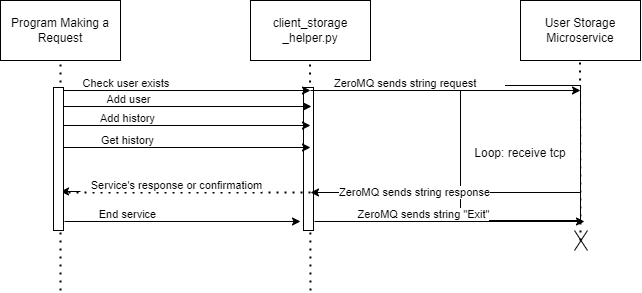
Above: storage_UML.png in blazakin/indexed_user_storage (draw.io), before the change. Source tidied: cells renumbered, new cells last; positions are measured from the earlier drawing's top-left corner, leaving out a move shared by most shapes.
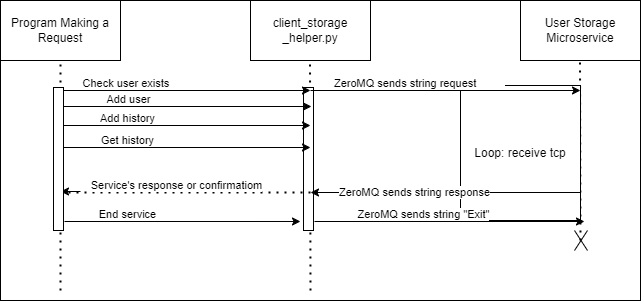
Above is the later version.

Commit message:
Fixed white background

Change to the diagram source:
```diff
@@ -2,6 +2,9 @@
   <root>
     <mxCell id="0" />
     <mxCell id="1" parent="0" />
+    <mxCell id="31" style="rounded=0;whiteSpace=wrap;html=1;" parent="1" vertex="1">
+      <mxGeometry width="640" height="300" as="geometry" />
+    </mxCell>
     <mxCell id="2" style="endArrow=none;dashed=1;html=1;dashPattern=1 3;strokeWidth=2;rounded=0;entryX=0.5;entryY=1;entryDx=0;entryDy=0;" parent="1" edge="1">
       <mxGeometry relative="1" as="geometry">
         <mxPoint x="310" y="290" as="sourcePoint" />
```
